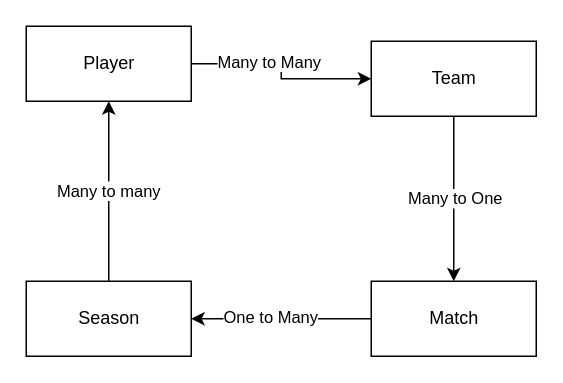
The draw.io diagram database_plan.drawio in Simon2591990/Leaderboard-app, before the edit. Source tidied: cells renumbered, new cells numbered last; positions are measured from the earlier drawing's top-left corner, leaving out a move shared by most shapes. Both pictures are drawn from the tidied source at 150%, with x=0, y=0 at pixel (26, 26).
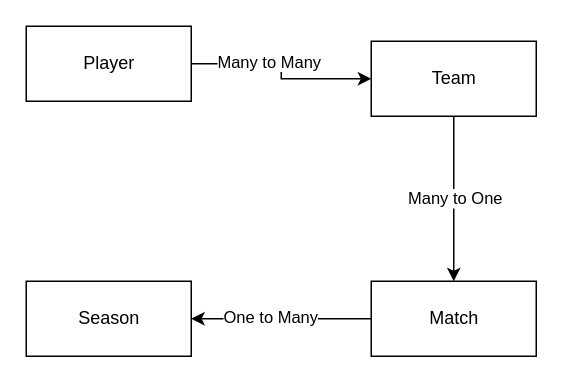
The same diagram, later.

What changed in the source:
```diff
@@
 <mxGraphModel>
   <root>
     <mxCell id="0" />
     <mxCell id="1" parent="0" />
     <mxCell id="2" style="edgeStyle=orthogonalEdgeStyle;rounded=0;jettySize=auto;html=1;" parent="1" edge="1" source="4" target="7">
       <mxGeometry relative="1" as="geometry" />
     </mxCell>
     <mxCell id="3" value="Many to Many" style="edgeLabel;html=1;align=center;verticalAlign=middle;" parent="2" vertex="1">
       <mxGeometry x="-0.21" y="2" relative="1" as="geometry" />
     </mxCell>
     <mxCell id="4" value="Player" style="html=1;" parent="1" vertex="1">
       <mxGeometry width="110" height="50" as="geometry" />
     </mxCell>
     <mxCell id="5" style="edgeStyle=orthogonalEdgeStyle;rounded=0;jettySize=auto;html=1;" parent="1" edge="1" source="7" target="12">
       <mxGeometry relative="1" as="geometry" />
     </mxCell>
     <mxCell id="6" value="Many to One" style="edgeLabel;html=1;align=center;verticalAlign=middle;" parent="5" vertex="1">
       <mxGeometry x="-0.01" relative="1" as="geometry" />
     </mxCell>
     <mxCell id="7" value="Team" style="html=1;" parent="1" vertex="1">
       <mxGeometry x="230" y="10" width="110" height="50" as="geometry" />
     </mxCell>
-    <mxCell id="8" value="Many to many" style="edgeStyle=orthogonalEdgeStyle;rounded=0;jettySize=auto;html=1;entryX=0.5;entryY=1;entryDx=0;entryDy=0;" parent="1" edge="1" source="9" target="4">
-      <mxGeometry relative="1" as="geometry" />
-    </mxCell>
     <mxCell id="9" value="Season" style="html=1;" parent="1" vertex="1">
       <mxGeometry y="170" width="110" height="50" as="geometry" />
     </mxCell>
     <mxCell id="10" style="edgeStyle=orthogonalEdgeStyle;rounded=0;jettySize=auto;html=1;" parent="1" edge="1" source="12" target="9">
       <mxGeometry relative="1" as="geometry" />
     </mxCell>
     <mxCell id="11" value="One to Many" style="edgeLabel;html=1;align=center;verticalAlign=middle;" parent="10" vertex="1">
       <mxGeometry x="0.14" y="-2" relative="1" as="geometry" />
     </mxCell>
     <mxCell id="12" value="Match" style="html=1;" parent="1" vertex="1">
       <mxGeometry x="230" y="170" width="110" height="50" as="geometry" />
     </mxCell>
   </root>
 </mxGraphModel>
```
